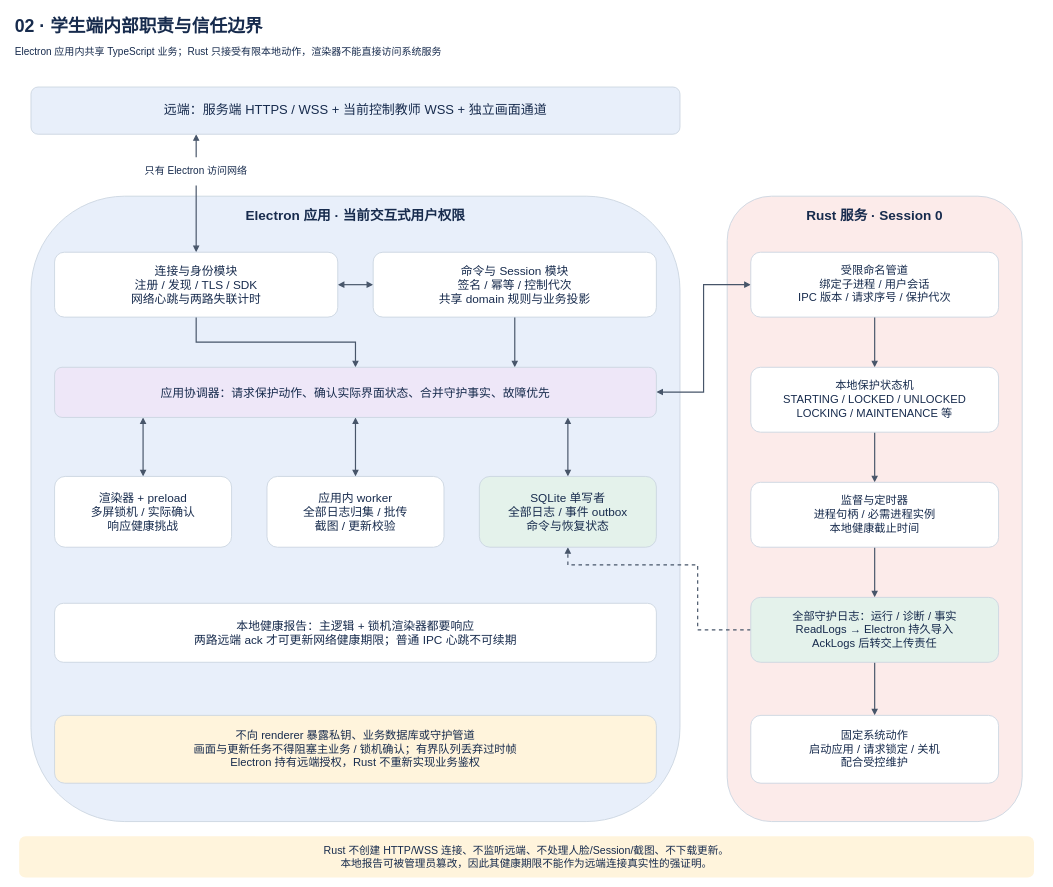
Before: page "02 · 学生端内部职责与信任边界" (2 of 10) of docs/architecture.drawio in lmyzzzz/cyez-library-management, a draw.io diagram. Source tidied: cells renumbered, new cells numbered last; positions are measured from the earlier drawing's top-left corner, leaving out a move shared by most shapes. Both pictures are drawn from the tidied source at 59%, with x=0, y=0 at pixel (10, 10).
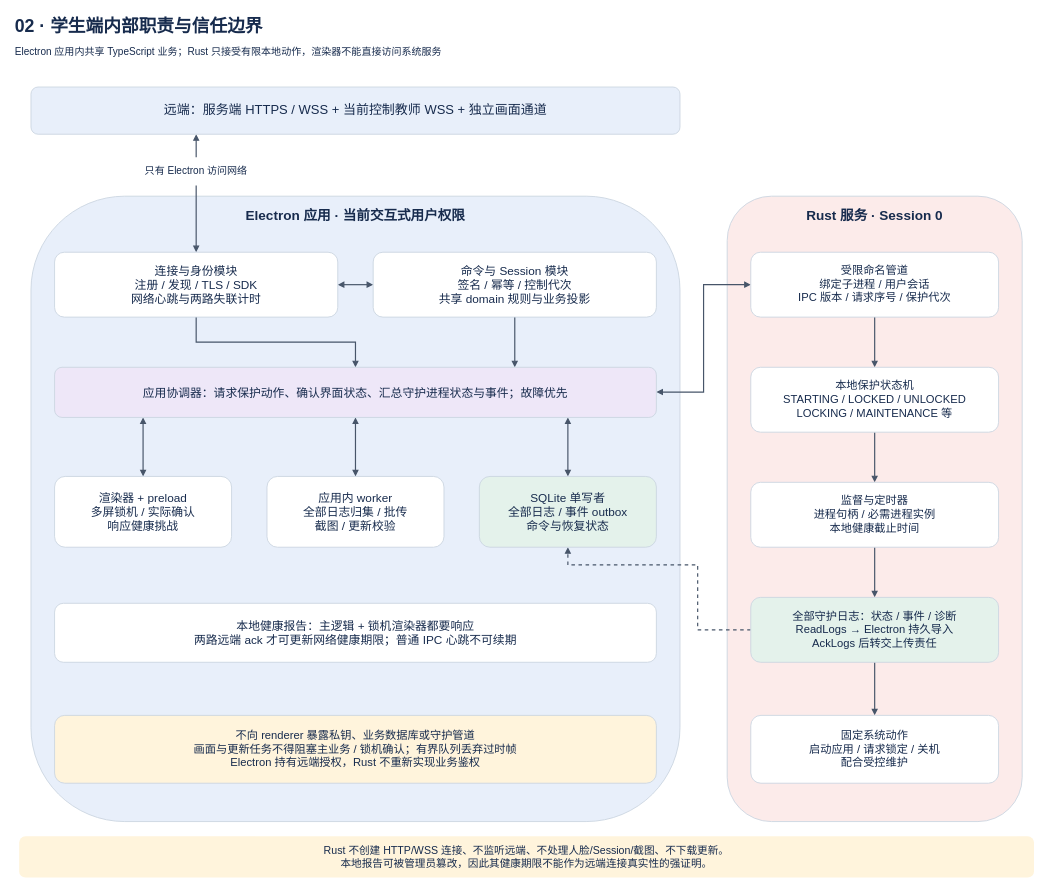
After the change.

What changed in the source:
```diff
@@
-    <mxCell id="25" value="应用协调器：请求保护动作、确认实际界面状态、合并守护事实、故障优先" style="rounded=1;whiteSpace=wrap;html=0;fillColor=#eee7f8;strokeColor=#cbd5e1;strokeWidth=1.5;fontColor=#172b4d;fontFamily=Microsoft YaHei;fontSize=20;fontStyle=0;align=center;verticalAlign=middle;spacing=8;" parent="1" vertex="1">
+    <mxCell id="25" value="应用协调器：请求保护动作、确认界面状态、汇总守护进程状态与事件；故障优先" style="rounded=1;whiteSpace=wrap;html=0;fillColor=#eee7f8;strokeColor=#cbd5e1;strokeWidth=1.5;fontColor=#172b4d;fontFamily=Microsoft YaHei;fontSize=20;fontStyle=0;align=center;verticalAlign=middle;spacing=8;" parent="1" vertex="1">
       <mxGeometry x="75" y="605" width="1020" height="85" as="geometry" />
     </mxCell>
@@
-    <mxCell id="34" value="全部守护日志：运行 / 诊断 / 事实&#10;ReadLogs → Electron 持久导入&#10;AckLogs 后转交上传责任" style="rounded=1;whiteSpace=wrap;html=0;fillColor=#e4f2eb;strokeColor=#cbd5e1;strokeWidth=1.5;fontColor=#172b4d;fontFamily=Microsoft YaHei;fontSize=19;fontStyle=0;align=center;verticalAlign=middle;spacing=8;" parent="1" vertex="1">
+    <mxCell id="34" value="全部守护日志：状态 / 事件 / 诊断&#10;ReadLogs → Electron 持久导入&#10;AckLogs 后转交上传责任" style="rounded=1;whiteSpace=wrap;html=0;fillColor=#e4f2eb;strokeColor=#cbd5e1;strokeWidth=1.5;fontColor=#172b4d;fontFamily=Microsoft YaHei;fontSize=19;fontStyle=0;align=center;verticalAlign=middle;spacing=8;" parent="1" vertex="1">
       <mxGeometry x="1255" y="995" width="420" height="110" as="geometry" />
     </mxCell>
```
